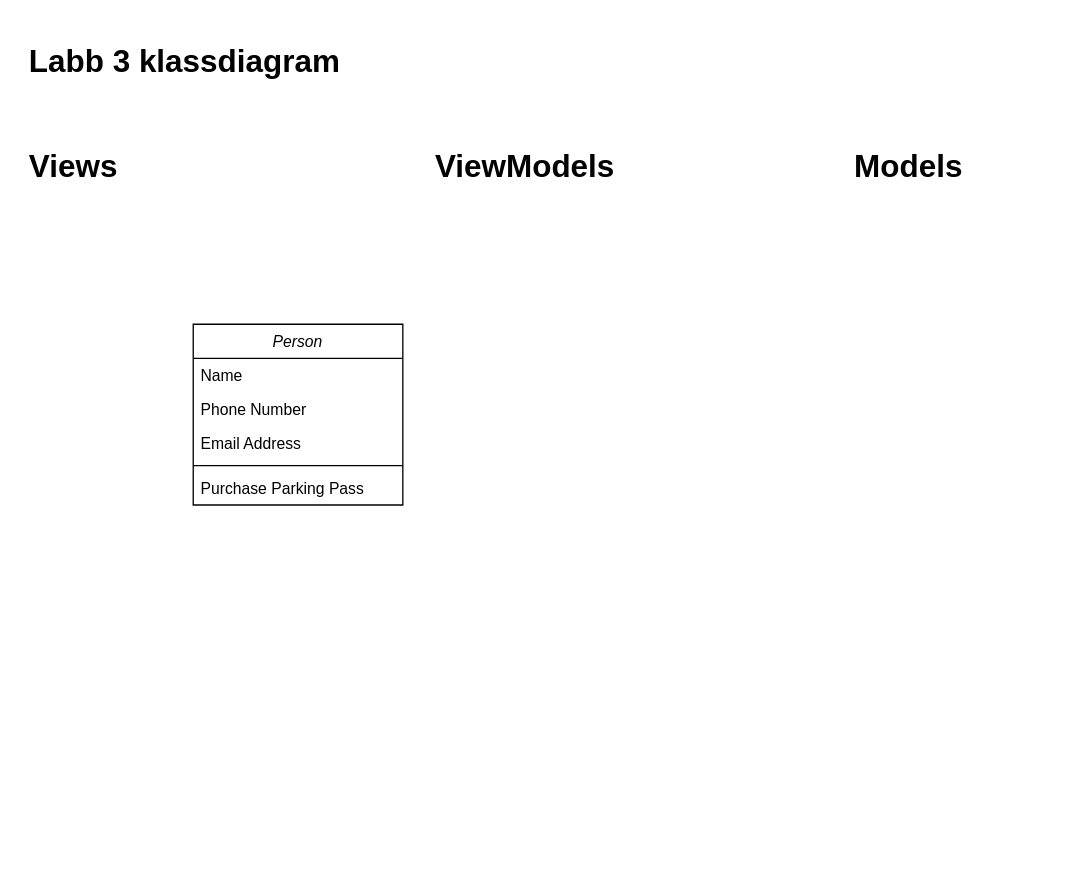
MagSandberg/Labb3-Ressurrection keeps this draw.io diagram as Namnlöst diagram.drawio. Above is the earlier version. Source tidied: cells renumbered, new cells numbered last; positions are measured from the earlier drawing's top-left corner, leaving out a move shared by most shapes. Both pictures are drawn from the tidied source at 131%, with x=0, y=0 at pixel (22, 35).
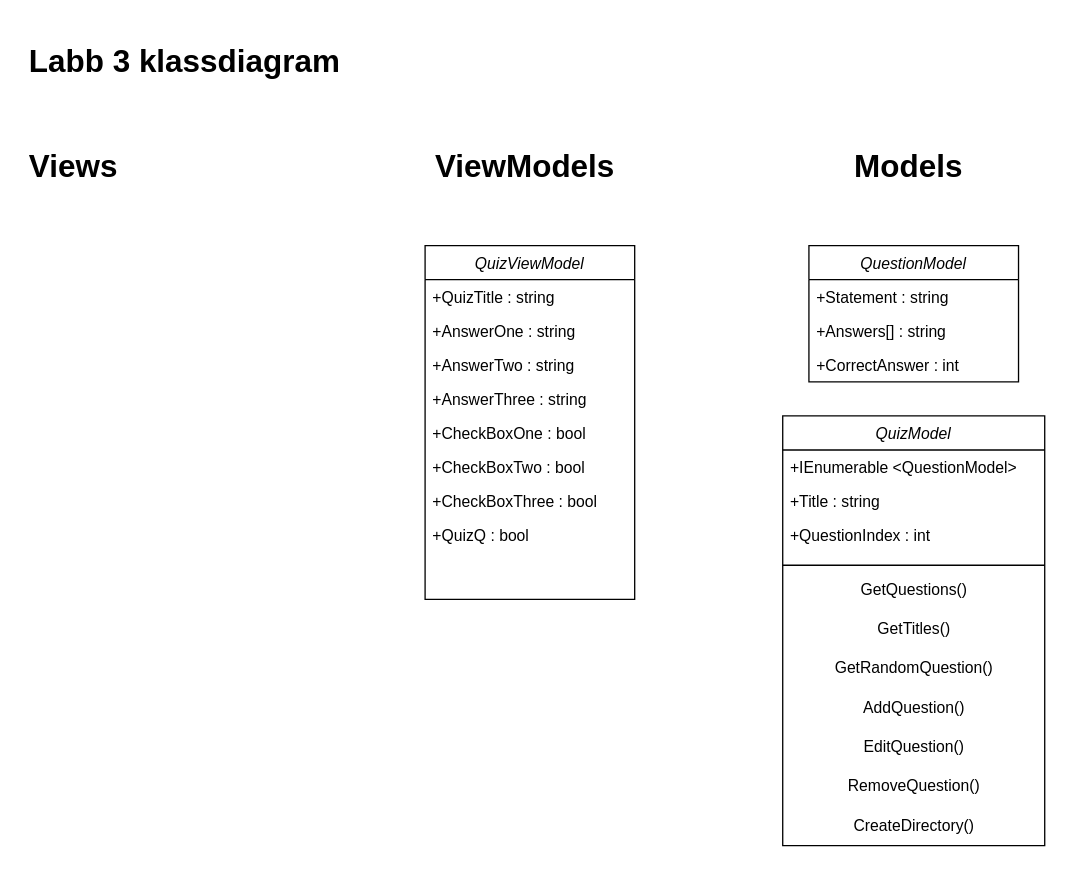
The same page after the edit.

Change to the diagram source:
```diff
@@
-    <mxCell id="2" value="Person" style="swimlane;fontStyle=2;align=center;verticalAlign=top;horizontal=1;startSize=26;rounded=0;shadow=0;strokeWidth=1;" parent="1" vertex="1">
-      <mxGeometry x="130" y="220" width="160" height="138" as="geometry" />
+    <mxCell id="2" value="QuestionModel" style="swimlane;fontStyle=2;align=center;verticalAlign=top;horizontal=1;startSize=26;rounded=0;shadow=0;strokeWidth=1;" parent="1" vertex="1">
+      <mxGeometry x="600" y="160" width="160" height="104" as="geometry" />
     </mxCell>
-    <mxCell id="3" value="Name" style="text;align=left;verticalAlign=top;spacingLeft=4;spacingRight=4;overflow=hidden;" parent="2" vertex="1">
+    <mxCell id="3" value="+Statement : string" style="text;align=left;verticalAlign=top;spacingLeft=4;spacingRight=4;overflow=hidden;" parent="2" vertex="1">
       <mxGeometry y="26" width="160" height="26" as="geometry" />
     </mxCell>
-    <mxCell id="4" value="Phone Number" style="text;align=left;verticalAlign=top;spacingLeft=4;spacingRight=4;overflow=hidden;rounded=0;shadow=0;html=0;" parent="2" vertex="1">
+    <mxCell id="4" value="+Answers[] : string" style="text;align=left;verticalAlign=top;spacingLeft=4;spacingRight=4;overflow=hidden;rounded=0;shadow=0;html=0;" parent="2" vertex="1">
       <mxGeometry y="52" width="160" height="26" as="geometry" />
     </mxCell>
-    <mxCell id="5" value="Email Address" style="text;align=left;verticalAlign=top;spacingLeft=4;spacingRight=4;overflow=hidden;rounded=0;shadow=0;html=0;" parent="2" vertex="1">
+    <mxCell id="5" value="+CorrectAnswer : int" style="text;align=left;verticalAlign=top;spacingLeft=4;spacingRight=4;overflow=hidden;rounded=0;shadow=0;html=0;" parent="2" vertex="1">
       <mxGeometry y="78" width="160" height="26" as="geometry" />
     </mxCell>
-    <mxCell id="6" style="line;html=1;strokeWidth=1;align=left;verticalAlign=middle;spacingTop=-1;spacingLeft=3;spacingRight=3;labelPosition=right;" parent="2" vertex="1">
-      <mxGeometry y="104" width="160" height="8" as="geometry" />
-    </mxCell>
-    <mxCell id="7" value="Purchase Parking Pass" style="text;align=left;verticalAlign=top;spacingLeft=4;spacingRight=4;overflow=hidden;" parent="2" vertex="1">
-      <mxGeometry y="112" width="160" height="26" as="geometry" />
-    </mxCell>
@@
+    <mxCell id="12" value="QuizModel" style="swimlane;fontStyle=2;align=center;verticalAlign=top;horizontal=1;startSize=26;rounded=0;shadow=0;strokeWidth=1;" parent="1" vertex="1">
+      <mxGeometry x="580" y="290" width="200" height="328" as="geometry" />
+    </mxCell>
+    <mxCell id="13" value="+IEnumerable &lt;QuestionModel&gt;" style="text;align=left;verticalAlign=top;spacingLeft=4;spacingRight=4;overflow=hidden;" parent="12" vertex="1">
+      <mxGeometry y="26" width="200" height="26" as="geometry" />
+    </mxCell>
+    <mxCell id="14" value="+Title : string" style="text;align=left;verticalAlign=top;spacingLeft=4;spacingRight=4;overflow=hidden;rounded=0;shadow=0;html=0;" parent="12" vertex="1">
+      <mxGeometry y="52" width="200" height="26" as="geometry" />
+    </mxCell>
+    <mxCell id="15" value="+QuestionIndex : int" style="text;align=left;verticalAlign=top;spacingLeft=4;spacingRight=4;overflow=hidden;rounded=0;shadow=0;html=0;" parent="12" vertex="1">
+      <mxGeometry y="78" width="200" height="32" as="geometry" />
+    </mxCell>
+    <mxCell id="16" style="line;strokeWidth=1;fillColor=none;align=left;verticalAlign=middle;spacingTop=-1;spacingLeft=3;spacingRight=3;labelPosition=right;strokeColor=inherit;" parent="12" vertex="1">
+      <mxGeometry y="110" width="200" height="8" as="geometry" />
+    </mxCell>
+    <mxCell id="17" value="GetQuestions()" style="text;html=1;align=center;verticalAlign=middle;strokeColor=none;fillColor=none;" parent="12" vertex="1">
+      <mxGeometry y="118" width="200" height="30" as="geometry" />
+    </mxCell>
+    <mxCell id="18" value="GetTitles()" style="text;html=1;align=center;verticalAlign=middle;strokeColor=none;fillColor=none;" parent="12" vertex="1">
+      <mxGeometry y="148" width="200" height="30" as="geometry" />
+    </mxCell>
+    <mxCell id="19" value="GetRandomQuestion()" style="text;html=1;align=center;verticalAlign=middle;strokeColor=none;fillColor=none;" parent="12" vertex="1">
+      <mxGeometry y="178" width="200" height="30" as="geometry" />
+    </mxCell>
+    <mxCell id="20" value="AddQuestion()" style="text;html=1;align=center;verticalAlign=middle;strokeColor=none;fillColor=none;" parent="12" vertex="1">
+      <mxGeometry y="208" width="200" height="30" as="geometry" />
+    </mxCell>
+    <mxCell id="21" value="EditQuestion()" style="text;html=1;align=center;verticalAlign=middle;strokeColor=none;fillColor=none;" parent="12" vertex="1">
+      <mxGeometry y="238" width="200" height="30" as="geometry" />
+    </mxCell>
+    <mxCell id="22" value="RemoveQuestion()" style="text;html=1;align=center;verticalAlign=middle;strokeColor=none;fillColor=none;" parent="12" vertex="1">
+      <mxGeometry y="268" width="200" height="30" as="geometry" />
+    </mxCell>
+    <mxCell id="23" value="CreateDirectory()" style="text;html=1;align=center;verticalAlign=middle;strokeColor=none;fillColor=none;" parent="12" vertex="1">
+      <mxGeometry y="298" width="200" height="30" as="geometry" />
+    </mxCell>
+    <mxCell id="24" value="QuizViewModel" style="swimlane;fontStyle=2;align=center;verticalAlign=top;horizontal=1;startSize=26;rounded=0;shadow=0;strokeWidth=1;" parent="1" vertex="1">
+      <mxGeometry x="307" y="160" width="160" height="270" as="geometry" />
+    </mxCell>
+    <mxCell id="25" value="+QuizTitle : string" style="text;align=left;verticalAlign=top;spacingLeft=4;spacingRight=4;overflow=hidden;" parent="24" vertex="1">
+      <mxGeometry y="26" width="160" height="26" as="geometry" />
+    </mxCell>
+    <mxCell id="26" value="+AnswerOne : string" style="text;align=left;verticalAlign=top;spacingLeft=4;spacingRight=4;overflow=hidden;rounded=0;shadow=0;html=0;" parent="24" vertex="1">
+      <mxGeometry y="52" width="160" height="26" as="geometry" />
+    </mxCell>
+    <mxCell id="27" value="+AnswerTwo : string" style="text;align=left;verticalAlign=top;spacingLeft=4;spacingRight=4;overflow=hidden;rounded=0;shadow=0;html=0;" parent="24" vertex="1">
+      <mxGeometry y="78" width="160" height="26" as="geometry" />
+    </mxCell>
+    <mxCell id="28" value="+AnswerThree : string" style="text;align=left;verticalAlign=top;spacingLeft=4;spacingRight=4;overflow=hidden;rounded=0;shadow=0;html=0;" parent="24" vertex="1">
+      <mxGeometry y="104" width="160" height="26" as="geometry" />
+    </mxCell>
+    <mxCell id="29" value="+CheckBoxOne : bool" style="text;align=left;verticalAlign=top;spacingLeft=4;spacingRight=4;overflow=hidden;rounded=0;shadow=0;html=0;" parent="24" vertex="1">
+      <mxGeometry y="130" width="160" height="26" as="geometry" />
+    </mxCell>
+    <mxCell id="30" value="+CheckBoxTwo : bool" style="text;align=left;verticalAlign=top;spacingLeft=4;spacingRight=4;overflow=hidden;rounded=0;shadow=0;html=0;" parent="24" vertex="1">
+      <mxGeometry y="156" width="160" height="26" as="geometry" />
+    </mxCell>
+    <mxCell id="31" value="+CheckBoxThree : bool" style="text;align=left;verticalAlign=top;spacingLeft=4;spacingRight=4;overflow=hidden;rounded=0;shadow=0;html=0;" parent="24" vertex="1">
+      <mxGeometry y="182" width="160" height="26" as="geometry" />
+    </mxCell>
+    <mxCell id="32" value="+QuizQ : bool" style="text;align=left;verticalAlign=top;spacingLeft=4;spacingRight=4;overflow=hidden;rounded=0;shadow=0;html=0;" parent="24" vertex="1">
+      <mxGeometry y="208" width="160" height="26" as="geometry" />
+    </mxCell>
```
